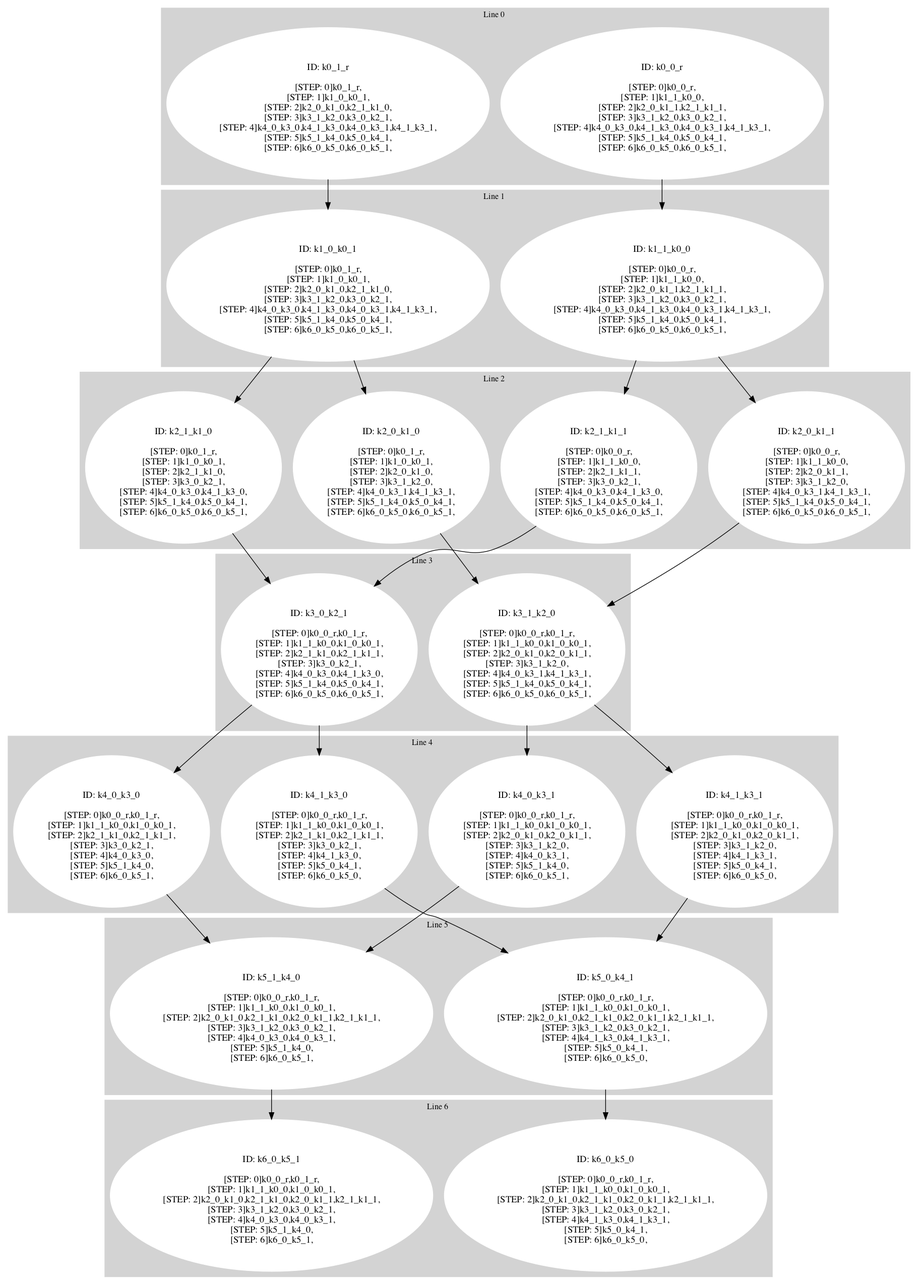
This is test_visual/build_nvars3.png from ricardombiot/3sat_machine_original_rs, a Graphviz export, as it was before one commit. Its source is kept beside it as test_visual/build_nvars3.dot.
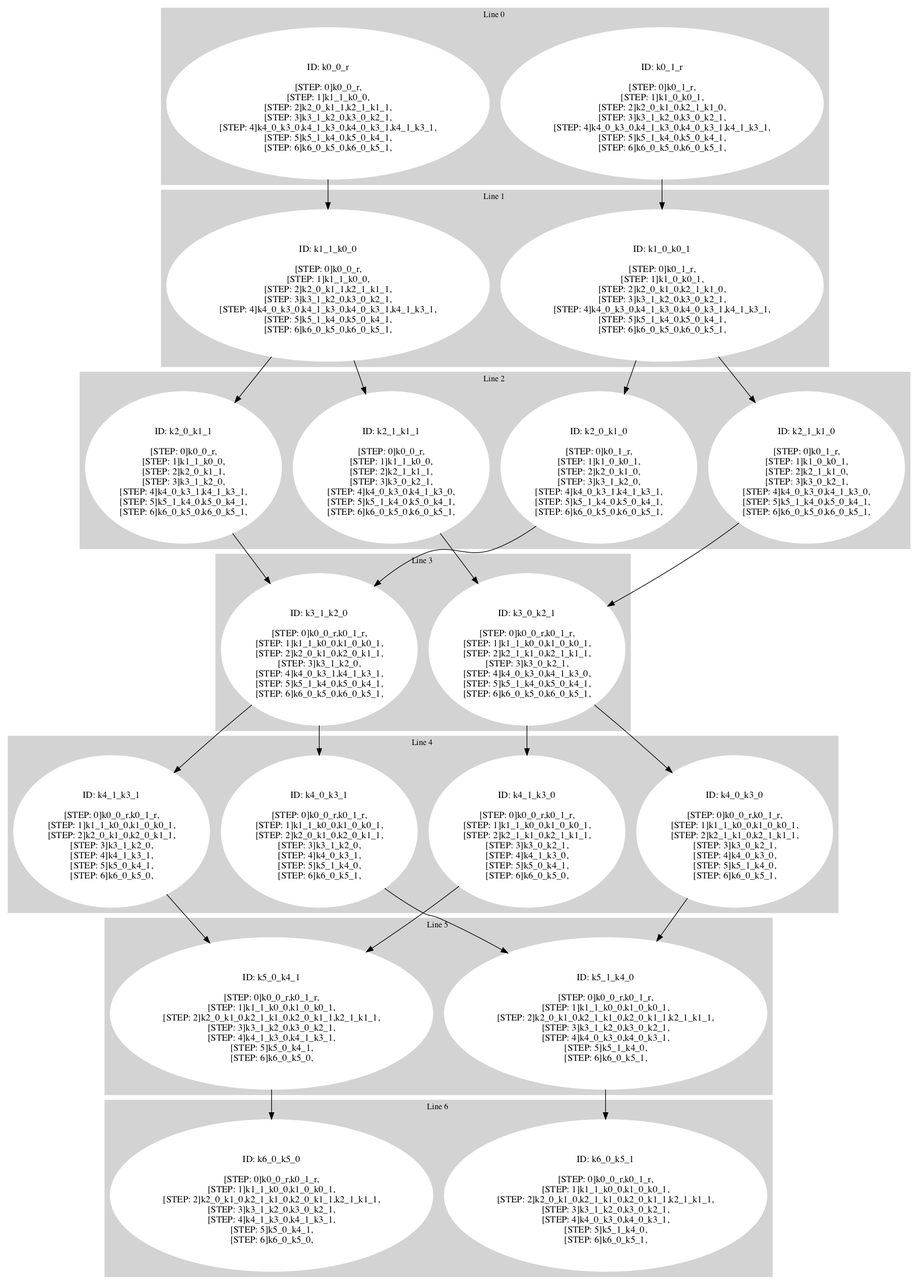
After the commit.

Change to the diagram source:
```diff
@@ -4,18 +4,18 @@
  style=filled;
  color=lightgrey;
      node [style=filled,color=white];
-k0_0_r [label=<<BR /> ID: k0_0_r <BR /> <BR />
-[STEP: 0]k0_0_r,<BR />
-[STEP: 1]k1_1_k0_0,<BR />
-[STEP: 2]k2_0_k1_1,k2_1_k1_1,<BR />
+k0_1_r [label=<<BR /> ID: k0_1_r <BR /> <BR />
+[STEP: 0]k0_1_r,<BR />
+[STEP: 1]k1_0_k0_1,<BR />
+[STEP: 2]k2_0_k1_0,k2_1_k1_0,<BR />
 [STEP: 3]k3_1_k2_0,k3_0_k2_1,<BR />
 [STEP: 4]k4_0_k3_0,k4_1_k3_0,k4_0_k3_1,k4_1_k3_1,<BR />
 [STEP: 5]k5_1_k4_0,k5_0_k4_1,<BR />
 [STEP: 6]k6_0_k5_0,k6_0_k5_1,<BR />
->]k0_1_r [label=<<BR /> ID: k0_1_r <BR /> <BR />
-[STEP: 0]k0_1_r,<BR />
-[STEP: 1]k1_0_k0_1,<BR />
-[STEP: 2]k2_0_k1_0,k2_1_k1_0,<BR />
+>]k0_0_r [label=<<BR /> ID: k0_0_r <BR /> <BR />
+[STEP: 0]k0_0_r,<BR />
+[STEP: 1]k1_1_k0_0,<BR />
+[STEP: 2]k2_0_k1_1,k2_1_k1_1,<BR />
 [STEP: 3]k3_1_k2_0,k3_0_k2_1,<BR />
 [STEP: 4]k4_0_k3_0,k4_1_k3_0,k4_0_k3_1,k4_1_k3_1,<BR />
 [STEP: 5]k5_1_k4_0,k5_0_k4_1,<BR />
@@ -28,18 +28,18 @@
  style=filled;
  color=lightgrey;
      node [style=filled,color=white];
-k1_1_k0_0 [label=<<BR /> ID: k1_1_k0_0 <BR /> <BR />
-[STEP: 0]k0_0_r,<BR />
-[STEP: 1]k1_1_k0_0,<BR />
-[STEP: 2]k2_0_k1_1,k2_1_k1_1,<BR />
+k1_0_k0_1 [label=<<BR /> ID: k1_0_k0_1 <BR /> <BR />
+[STEP: 0]k0_1_r,<BR />
+[STEP: 1]k1_0_k0_1,<BR />
+[STEP: 2]k2_0_k1_0,k2_1_k1_0,<BR />
 [STEP: 3]k3_1_k2_0,k3_0_k2_1,<BR />
 [STEP: 4]k4_0_k3_0,k4_1_k3_0,k4_0_k3_1,k4_1_k3_1,<BR />
 [STEP: 5]k5_1_k4_0,k5_0_k4_1,<BR />
 [STEP: 6]k6_0_k5_0,k6_0_k5_1,<BR />
->]k1_0_k0_1 [label=<<BR /> ID: k1_0_k0_1 <BR /> <BR />
-[STEP: 0]k0_1_r,<BR />
-[STEP: 1]k1_0_k0_1,<BR />
-[STEP: 2]k2_0_k1_0,k2_1_k1_0,<BR />
+>]k1_1_k0_0 [label=<<BR /> ID: k1_1_k0_0 <BR /> <BR />
+[STEP: 0]k0_0_r,<BR />
+[STEP: 1]k1_1_k0_0,<BR />
+[STEP: 2]k2_0_k1_1,k2_1_k1_1,<BR />
 [STEP: 3]k3_1_k2_0,k3_0_k2_1,<BR />
 [STEP: 4]k4_0_k3_0,k4_1_k3_0,k4_0_k3_1,k4_1_k3_1,<BR />
 [STEP: 5]k5_1_k4_0,k5_0_k4_1,<BR />
@@ -60,18 +60,18 @@
 [STEP: 4]k4_0_k3_0,k4_1_k3_0,<BR />
 [STEP: 5]k5_1_k4_0,k5_0_k4_1,<BR />
 [STEP: 6]k6_0_k5_0,k6_0_k5_1,<BR />
+>]k2_0_k1_0 [label=<<BR /> ID: k2_0_k1_0 <BR /> <BR />
+[STEP: 0]k0_1_r,<BR />
+[STEP: 1]k1_0_k0_1,<BR />
+[STEP: 2]k2_0_k1_0,<BR />
+[STEP: 3]k3_1_k2_0,<BR />
+[STEP: 4]k4_0_k3_1,k4_1_k3_1,<BR />
+[STEP: 5]k5_1_k4_0,k5_0_k4_1,<BR />
+[STEP: 6]k6_0_k5_0,k6_0_k5_1,<BR />
 >]k2_0_k1_1 [label=<<BR /> ID: k2_0_k1_1 <BR /> <BR />
 [STEP: 0]k0_0_r,<BR />
 [STEP: 1]k1_1_k0_0,<BR />
 [STEP: 2]k2_0_k1_1,<BR />
-[STEP: 3]k3_1_k2_0,<BR />
-[STEP: 4]k4_0_k3_1,k4_1_k3_1,<BR />
-[STEP: 5]k5_1_k4_0,k5_0_k4_1,<BR />
-[STEP: 6]k6_0_k5_0,k6_0_k5_1,<BR />
->]k2_0_k1_0 [label=<<BR /> ID: k2_0_k1_0 <BR /> <BR />
-[STEP: 0]k0_1_r,<BR />
-[STEP: 1]k1_0_k0_1,<BR />
-[STEP: 2]k2_0_k1_0,<BR />
 [STEP: 3]k3_1_k2_0,<BR />
 [STEP: 4]k4_0_k3_1,k4_1_k3_1,<BR />
 [STEP: 5]k5_1_k4_0,k5_0_k4_1,<BR />
@@ -92,20 +92,20 @@
  style=filled;
  color=lightgrey;
      node [style=filled,color=white];
-k3_1_k2_0 [label=<<BR /> ID: k3_1_k2_0 <BR /> <BR />
+k3_0_k2_1 [label=<<BR /> ID: k3_0_k2_1 <BR /> <BR />
+[STEP: 0]k0_0_r,k0_1_r,<BR />
+[STEP: 1]k1_1_k0_0,k1_0_k0_1,<BR />
+[STEP: 2]k2_1_k1_0,k2_1_k1_1,<BR />
+[STEP: 3]k3_0_k2_1,<BR />
+[STEP: 4]k4_0_k3_0,k4_1_k3_0,<BR />
+[STEP: 5]k5_1_k4_0,k5_0_k4_1,<BR />
+[STEP: 6]k6_0_k5_0,k6_0_k5_1,<BR />
+>]k3_1_k2_0 [label=<<BR /> ID: k3_1_k2_0 <BR /> <BR />
 [STEP: 0]k0_0_r,k0_1_r,<BR />
 [STEP: 1]k1_1_k0_0,k1_0_k0_1,<BR />
 [STEP: 2]k2_0_k1_0,k2_0_k1_1,<BR />
 [STEP: 3]k3_1_k2_0,<BR />
 [STEP: 4]k4_0_k3_1,k4_1_k3_1,<BR />
-[STEP: 5]k5_1_k4_0,k5_0_k4_1,<BR />
-[STEP: 6]k6_0_k5_0,k6_0_k5_1,<BR />
->]k3_0_k2_1 [label=<<BR /> ID: k3_0_k2_1 <BR /> <BR />
-[STEP: 0]k0_0_r,k0_1_r,<BR />
-[STEP: 1]k1_1_k0_0,k1_0_k0_1,<BR />
-[STEP: 2]k2_1_k1_0,k2_1_k1_1,<BR />
-[STEP: 3]k3_0_k2_1,<BR />
-[STEP: 4]k4_0_k3_0,k4_1_k3_0,<BR />
 [STEP: 5]k5_1_k4_0,k5_0_k4_1,<BR />
 [STEP: 6]k6_0_k5_0,k6_0_k5_1,<BR />
 >]
@@ -116,15 +116,7 @@
  style=filled;
  color=lightgrey;
      node [style=filled,color=white];
-k4_0_k3_0 [label=<<BR /> ID: k4_0_k3_0 <BR /> <BR />
-[STEP: 0]k0_0_r,k0_1_r,<BR />
-[STEP: 1]k1_1_k0_0,k1_0_k0_1,<BR />
-[STEP: 2]k2_1_k1_0,k2_1_k1_1,<BR />
-[STEP: 3]k3_0_k2_1,<BR />
-[STEP: 4]k4_0_k3_0,<BR />
-[STEP: 5]k5_1_k4_0,<BR />
-[STEP: 6]k6_0_k5_1,<BR />
->]k4_1_k3_1 [label=<<BR /> ID: k4_1_k3_1 <BR /> <BR />
+k4_1_k3_1 [label=<<BR /> ID: k4_1_k3_1 <BR /> <BR />
 [STEP: 0]k0_0_r,k0_1_r,<BR />
 [STEP: 1]k1_1_k0_0,k1_0_k0_1,<BR />
 [STEP: 2]k2_0_k1_0,k2_0_k1_1,<BR />
@@ -138,6 +130,14 @@
 [STEP: 2]k2_0_k1_0,k2_0_k1_1,<BR />
 [STEP: 3]k3_1_k2_0,<BR />
 [STEP: 4]k4_0_k3_1,<BR />
+[STEP: 5]k5_1_k4_0,<BR />
+[STEP: 6]k6_0_k5_1,<BR />
+>]k4_0_k3_0 [label=<<BR /> ID: k4_0_k3_0 <BR /> <BR />
+[STEP: 0]k0_0_r,k0_1_r,<BR />
+[STEP: 1]k1_1_k0_0,k1_0_k0_1,<BR />
+[STEP: 2]k2_1_k1_0,k2_1_k1_1,<BR />
+[STEP: 3]k3_0_k2_1,<BR />
+[STEP: 4]k4_0_k3_0,<BR />
 [STEP: 5]k5_1_k4_0,<BR />
 [STEP: 6]k6_0_k5_1,<BR />
 >]k4_1_k3_0 [label=<<BR /> ID: k4_1_k3_0 <BR /> <BR />
@@ -156,7 +156,15 @@
  style=filled;
  color=lightgrey;
      node [style=filled,color=white];
-k5_0_k4_1 [label=<<BR /> ID: k5_0_k4_1 <BR /> <BR />
+k5_1_k4_0 [label=<<BR /> ID: k5_1_k4_0 <BR /> <BR />
+[STEP: 0]k0_0_r,k0_1_r,<BR />
+[STEP: 1]k1_1_k0_0,k1_0_k0_1,<BR />
+[STEP: 2]k2_0_k1_0,k2_1_k1_0,k2_0_k1_1,k2_1_k1_1,<BR />
+[STEP: 3]k3_1_k2_0,k3_0_k2_1,<BR />
+[STEP: 4]k4_0_k3_0,k4_0_k3_1,<BR />
+[STEP: 5]k5_1_k4_0,<BR />
+[STEP: 6]k6_0_k5_1,<BR />
+>]k5_0_k4_1 [label=<<BR /> ID: k5_0_k4_1 <BR /> <BR />
 [STEP: 0]k0_0_r,k0_1_r,<BR />
 [STEP: 1]k1_1_k0_0,k1_0_k0_1,<BR />
 [STEP: 2]k2_0_k1_0,k2_1_k1_0,k2_0_k1_1,k2_1_k1_1,<BR />
@@ -164,14 +172,6 @@
 [STEP: 4]k4_1_k3_0,k4_1_k3_1,<BR />
 [STEP: 5]k5_0_k4_1,<BR />
 [STEP: 6]k6_0_k5_0,<BR />
->]k5_1_k4_0 [label=<<BR /> ID: k5_1_k4_0 <BR /> <BR />
-[STEP: 0]k0_0_r,k0_1_r,<BR />
-[STEP: 1]k1_1_k0_0,k1_0_k0_1,<BR />
-[STEP: 2]k2_0_k1_0,k2_1_k1_0,k2_0_k1_1,k2_1_k1_1,<BR />
-[STEP: 3]k3_1_k2_0,k3_0_k2_1,<BR />
-[STEP: 4]k4_0_k3_0,k4_0_k3_1,<BR />
-[STEP: 5]k5_1_k4_0,<BR />
-[STEP: 6]k6_0_k5_1,<BR />
 >]
      fontsize="12"
      label = "Line 5 "
@@ -200,24 +200,24 @@
      fontsize="12"
      label = "Line 6 "
  }
+k0_1_r -> k1_0_k0_1
 k0_0_r -> k1_1_k0_0
-k0_1_r -> k1_0_k0_1
+k1_0_k0_1 -> k2_1_k1_0
+k1_0_k0_1 -> k2_0_k1_0
+k1_1_k0_0 -> k2_0_k1_1
 k1_1_k0_0 -> k2_1_k1_1
-k1_1_k0_0 -> k2_0_k1_1
-k1_0_k0_1 -> k2_0_k1_0
-k1_0_k0_1 -> k2_1_k1_0
 k2_1_k1_1 -> k3_0_k2_1
+k2_0_k1_0 -> k3_1_k2_0
 k2_0_k1_1 -> k3_1_k2_0
-k2_0_k1_0 -> k3_1_k2_0
 k2_1_k1_0 -> k3_0_k2_1
+k3_0_k2_1 -> k4_1_k3_0
+k3_0_k2_1 -> k4_0_k3_0
 k3_1_k2_0 -> k4_1_k3_1
 k3_1_k2_0 -> k4_0_k3_1
-k3_0_k2_1 -> k4_0_k3_0
-k3_0_k2_1 -> k4_1_k3_0
-k4_0_k3_0 -> k5_1_k4_0
 k4_1_k3_1 -> k5_0_k4_1
 k4_0_k3_1 -> k5_1_k4_0
+k4_0_k3_0 -> k5_1_k4_0
 k4_1_k3_0 -> k5_0_k4_1
+k5_1_k4_0 -> k6_0_k5_1
 k5_0_k4_1 -> k6_0_k5_0
-k5_1_k4_0 -> k6_0_k5_1
 }
```
